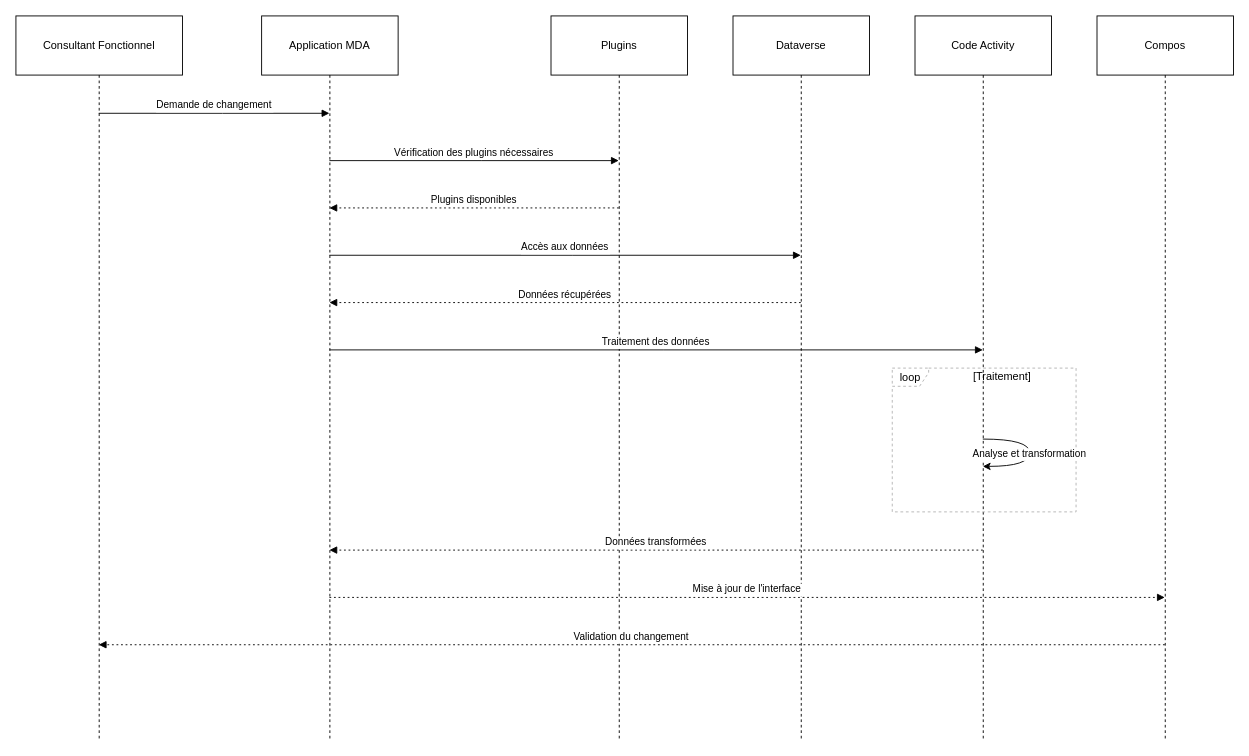
This is Diagramme desequence.drawio from Chadibz/Chadibz, a draw.io file, before an edit. Source tidied: cells renumbered, new cells numbered last; positions are measured from the earlier drawing's top-left corner, leaving out a move shared by most shapes. Both pictures are drawn from the tidied source at 91%, with x=0, y=0 at pixel (15, 15).
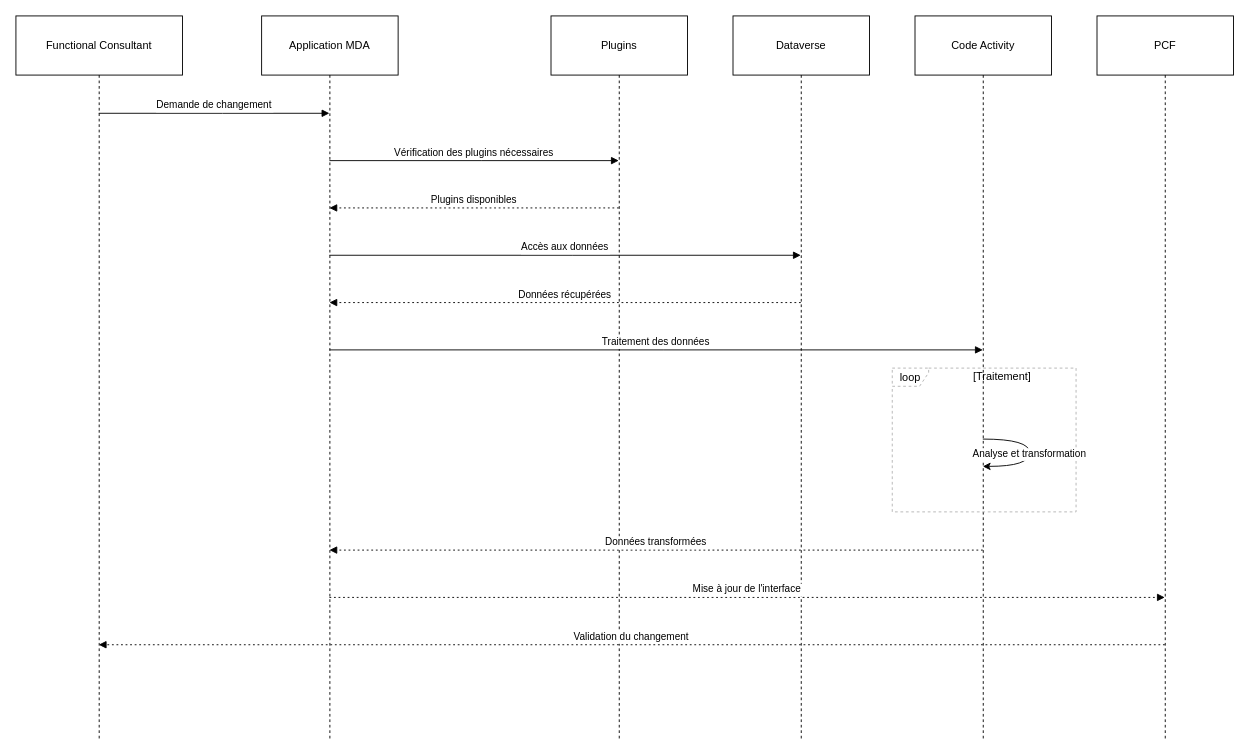
The same diagram, later.

Commit message:
Mettre à jour Diagramme desequence.drawio

The edit, as a diff of the source:
```diff
@@
-    <mxCell id="2" value="Consultant Fonctionnel" style="shape=umlLifeline;perimeter=lifelinePerimeter;whiteSpace=wrap;outlineConnect=0;portConstraint=eastwest;newEdgeStyle={&quot;edgeStyle&quot;:&quot;elbowEdgeStyle&quot;,&quot;elbow&quot;:&quot;vertical&quot;,&quot;curved&quot;:0,&quot;rounded&quot;:0};size=65;" parent="1" vertex="1">
+    <mxCell id="2" value="Functional Consultant" style="shape=umlLifeline;perimeter=lifelinePerimeter;whiteSpace=wrap;outlineConnect=0;portConstraint=eastwest;newEdgeStyle={&quot;edgeStyle&quot;:&quot;elbowEdgeStyle&quot;,&quot;elbow&quot;:&quot;vertical&quot;,&quot;curved&quot;:0,&quot;rounded&quot;:0};size=65;" parent="1" vertex="1">
       <mxGeometry width="183" height="796" as="geometry" />
     </mxCell>
@@
-    <mxCell id="7" value="Compos" style="shape=umlLifeline;perimeter=lifelinePerimeter;whiteSpace=wrap;outlineConnect=0;portConstraint=eastwest;newEdgeStyle={&quot;edgeStyle&quot;:&quot;elbowEdgeStyle&quot;,&quot;elbow&quot;:&quot;vertical&quot;,&quot;curved&quot;:0,&quot;rounded&quot;:0};size=65;" parent="1" vertex="1">
+    <mxCell id="7" value="PCF" style="shape=umlLifeline;perimeter=lifelinePerimeter;whiteSpace=wrap;outlineConnect=0;portConstraint=eastwest;newEdgeStyle={&quot;edgeStyle&quot;:&quot;elbowEdgeStyle&quot;,&quot;elbow&quot;:&quot;vertical&quot;,&quot;curved&quot;:0,&quot;rounded&quot;:0};size=65;" parent="1" vertex="1">
       <mxGeometry x="1188" width="150" height="796" as="geometry" />
     </mxCell>
```
